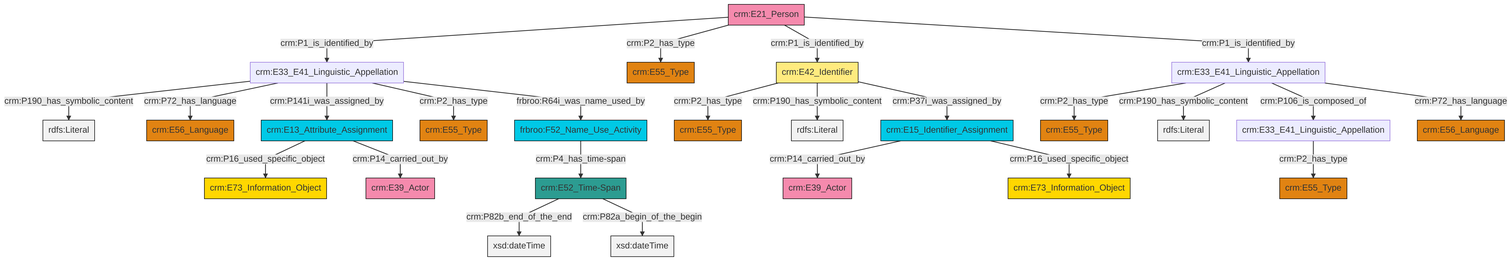
The Mermaid diagram et/personCSV/ttl/mmd/png/Person_Names_and_Classification.png in swiss-art-research-net/docs.swissartresearch, before a commit. Its source is kept beside it as et/personCSV/ttl/mmd/Person_Names_and_Classification.ttl.mmd.
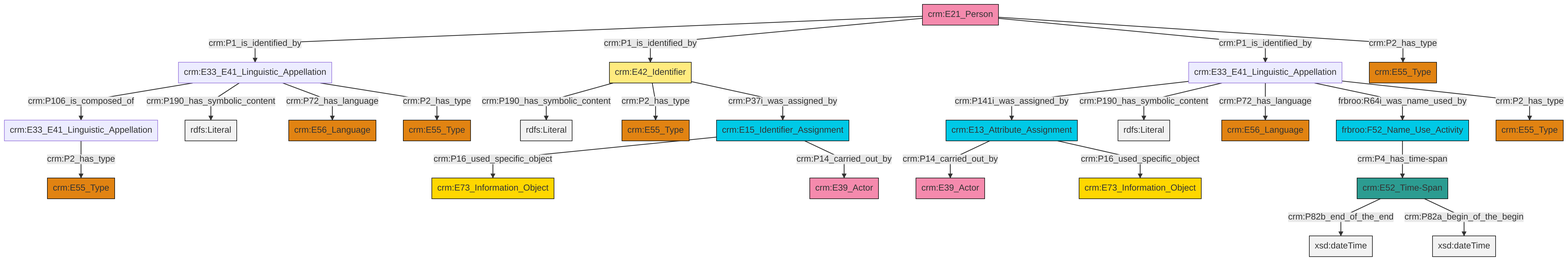
After the commit.

The edit, as a diff of the source:
```diff
@@ -13,27 +13,27 @@
 classDef PC_Classes fill:#4ce600, stroke:#000000;
 classDef Multi fill:#cccccc,stroke:#000000;
 
-0["crm:E33_E41_Linguistic_Appellation"]:::Default -->|crm:P2_has_type| 1["crm:E55_Type"]:::Type
-2["crm:E33_E41_Linguistic_Appellation"]:::Default -->|crm:P190_has_symbolic_content| 3[rdfs:Literal]:::Literal
-8["crm:E33_E41_Linguistic_Appellation"]:::Default -->|crm:P2_has_type| 6["crm:E55_Type"]:::Type
-0["crm:E33_E41_Linguistic_Appellation"]:::Default -->|crm:P190_has_symbolic_content| 10[rdfs:Literal]:::Literal
-13["crm:E52_Time-Span"]:::Time-Span -->|crm:P82b_end_of_the_end| 14[xsd:dateTime]:::Literal
-13["crm:E52_Time-Span"]:::Time-Span -->|crm:P82a_begin_of_the_begin| 15[xsd:dateTime]:::Literal
-18["crm:E21_Person"]:::Actor -->|crm:P1_is_identified_by| 2["crm:E33_E41_Linguistic_Appellation"]:::Default
-2["crm:E33_E41_Linguistic_Appellation"]:::Default -->|crm:P72_has_language| 19["crm:E56_Language"]:::Type
-18["crm:E21_Person"]:::Actor -->|crm:P2_has_type| 20["crm:E55_Type"]:::Type
-22["frbroo:F52_Name_Use_Activity"]:::Temporal_Entity -->|crm:P4_has_time-span| 13["crm:E52_Time-Span"]:::Time-Span
-11["crm:E42_Identifier"]:::Appellation -->|crm:P2_has_type| 26["crm:E55_Type"]:::Type
-30["crm:E13_Attribute_Assignment"]:::Temporal_Entity -->|crm:P16_used_specific_object| 31["crm:E73_Information_Object"]:::Conceptual_Object
-4["crm:E15_Identifier_Assignment"]:::Temporal_Entity -->|crm:P14_carried_out_by| 33["crm:E39_Actor"]:::Actor
-4["crm:E15_Identifier_Assignment"]:::Temporal_Entity -->|crm:P16_used_specific_object| 16["crm:E73_Information_Object"]:::Conceptual_Object
-0["crm:E33_E41_Linguistic_Appellation"]:::Default -->|crm:P106_is_composed_of| 8["crm:E33_E41_Linguistic_Appellation"]:::Default
-2["crm:E33_E41_Linguistic_Appellation"]:::Default -->|crm:P141i_was_assigned_by| 30["crm:E13_Attribute_Assignment"]:::Temporal_Entity
-18["crm:E21_Person"]:::Actor -->|crm:P1_is_identified_by| 11["crm:E42_Identifier"]:::Appellation
-2["crm:E33_E41_Linguistic_Appellation"]:::Default -->|crm:P2_has_type| 27["crm:E55_Type"]:::Type
-2["crm:E33_E41_Linguistic_Appellation"]:::Default -->|frbroo:R64i_was_name_used_by| 22["frbroo:F52_Name_Use_Activity"]:::Temporal_Entity
-30["crm:E13_Attribute_Assignment"]:::Temporal_Entity -->|crm:P14_carried_out_by| 41["crm:E39_Actor"]:::Actor
-11["crm:E42_Identifier"]:::Appellation -->|crm:P190_has_symbolic_content| 42[rdfs:Literal]:::Literal
-18["crm:E21_Person"]:::Actor -->|crm:P1_is_identified_by| 0["crm:E33_E41_Linguistic_Appellation"]:::Default
-11["crm:E42_Identifier"]:::Appellation -->|crm:P37i_was_assigned_by| 4["crm:E15_Identifier_Assignment"]:::Temporal_Entity
-0["crm:E33_E41_Linguistic_Appellation"]:::Default -->|crm:P72_has_language| 23["crm:E56_Language"]:::Type
+2["crm:E33_E41_Linguistic_Appellation"]:::Default -->|crm:P106_is_composed_of| 3["crm:E33_E41_Linguistic_Appellation"]:::Default
+4["crm:E33_E41_Linguistic_Appellation"]:::Default -->|crm:P141i_was_assigned_by| 5["crm:E13_Attribute_Assignment"]:::Temporal_Entity
+5["crm:E13_Attribute_Assignment"]:::Temporal_Entity -->|crm:P14_carried_out_by| 7["crm:E39_Actor"]:::Actor
+5["crm:E13_Attribute_Assignment"]:::Temporal_Entity -->|crm:P16_used_specific_object| 8["crm:E73_Information_Object"]:::Conceptual_Object
+15["crm:E52_Time-Span"]:::Time-Span -->|crm:P82b_end_of_the_end| 16[xsd:dateTime]:::Literal
+17["crm:E21_Person"]:::Actor -->|crm:P1_is_identified_by| 2["crm:E33_E41_Linguistic_Appellation"]:::Default
+2["crm:E33_E41_Linguistic_Appellation"]:::Default -->|crm:P190_has_symbolic_content| 18[rdfs:Literal]:::Literal
+19["crm:E42_Identifier"]:::Appellation -->|crm:P190_has_symbolic_content| 20[rdfs:Literal]:::Literal
+4["crm:E33_E41_Linguistic_Appellation"]:::Default -->|crm:P190_has_symbolic_content| 21[rdfs:Literal]:::Literal
+19["crm:E42_Identifier"]:::Appellation -->|crm:P2_has_type| 9["crm:E55_Type"]:::Type
+17["crm:E21_Person"]:::Actor -->|crm:P1_is_identified_by| 19["crm:E42_Identifier"]:::Appellation
+4["crm:E33_E41_Linguistic_Appellation"]:::Default -->|crm:P72_has_language| 27["crm:E56_Language"]:::Type
+2["crm:E33_E41_Linguistic_Appellation"]:::Default -->|crm:P72_has_language| 0["crm:E56_Language"]:::Type
+29["frbroo:F52_Name_Use_Activity"]:::Temporal_Entity -->|crm:P4_has_time-span| 15["crm:E52_Time-Span"]:::Time-Span
+17["crm:E21_Person"]:::Actor -->|crm:P1_is_identified_by| 4["crm:E33_E41_Linguistic_Appellation"]:::Default
+31["crm:E15_Identifier_Assignment"]:::Temporal_Entity -->|crm:P16_used_specific_object| 32["crm:E73_Information_Object"]:::Conceptual_Object
+17["crm:E21_Person"]:::Actor -->|crm:P2_has_type| 23["crm:E55_Type"]:::Type
+4["crm:E33_E41_Linguistic_Appellation"]:::Default -->|frbroo:R64i_was_name_used_by| 29["frbroo:F52_Name_Use_Activity"]:::Temporal_Entity
+15["crm:E52_Time-Span"]:::Time-Span -->|crm:P82a_begin_of_the_begin| 37[xsd:dateTime]:::Literal
+2["crm:E33_E41_Linguistic_Appellation"]:::Default -->|crm:P2_has_type| 11["crm:E55_Type"]:::Type
+31["crm:E15_Identifier_Assignment"]:::Temporal_Entity -->|crm:P14_carried_out_by| 38["crm:E39_Actor"]:::Actor
+4["crm:E33_E41_Linguistic_Appellation"]:::Default -->|crm:P2_has_type| 25["crm:E55_Type"]:::Type
+3["crm:E33_E41_Linguistic_Appellation"]:::Default -->|crm:P2_has_type| 13["crm:E55_Type"]:::Type
+19["crm:E42_Identifier"]:::Appellation -->|crm:P37i_was_assigned_by| 31["crm:E15_Identifier_Assignment"]:::Temporal_Entity
```
